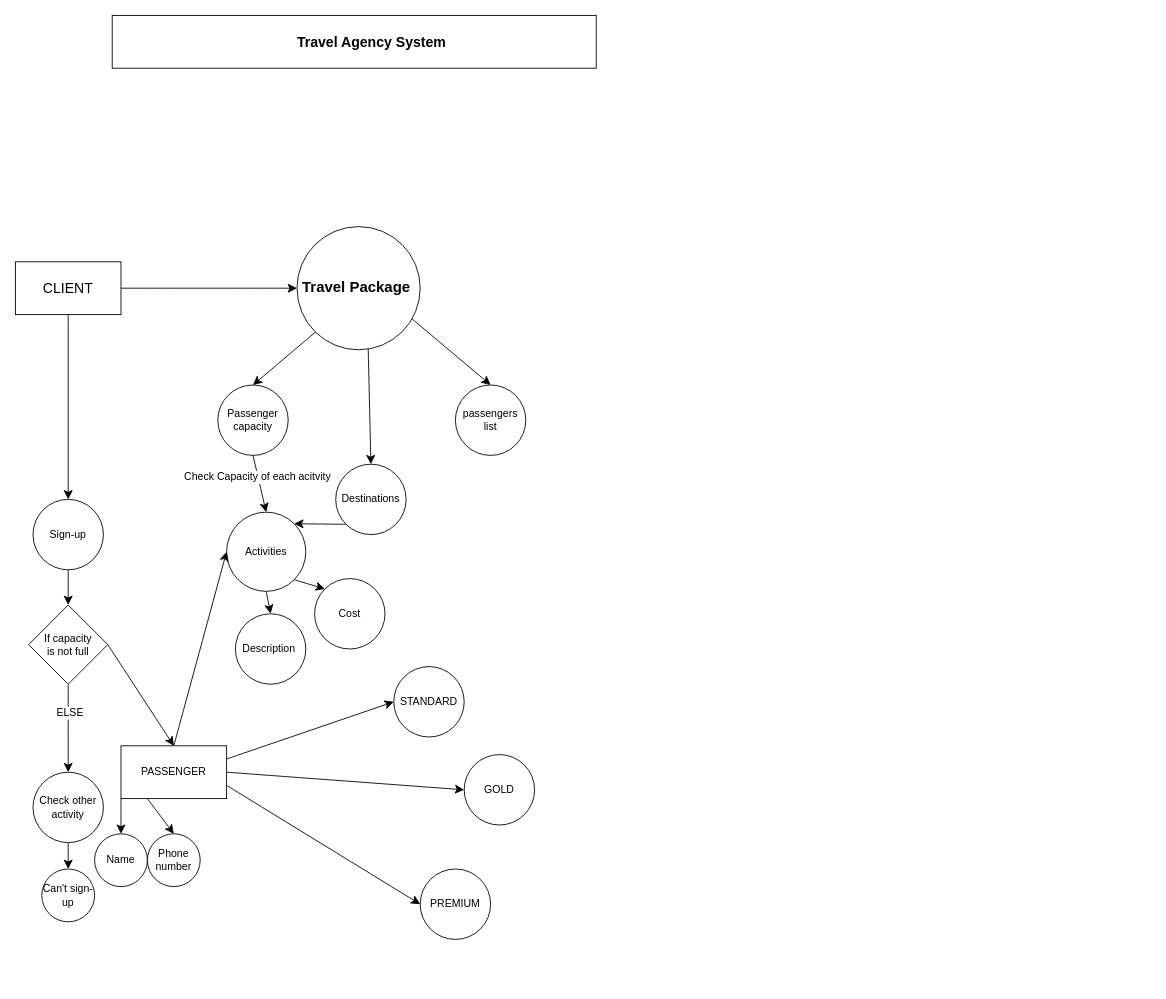
Above: Untitled Diagram.drawio in Anukrati30/TravelTask (draw.io), before the change. Source tidied: cells renumbered, new cells numbered last; positions are measured from the earlier drawing's top-left corner, leaving out a move shared by most shapes. Both pictures are drawn from the tidied source at 88%, with x=0, y=0 at pixel (15, 15).
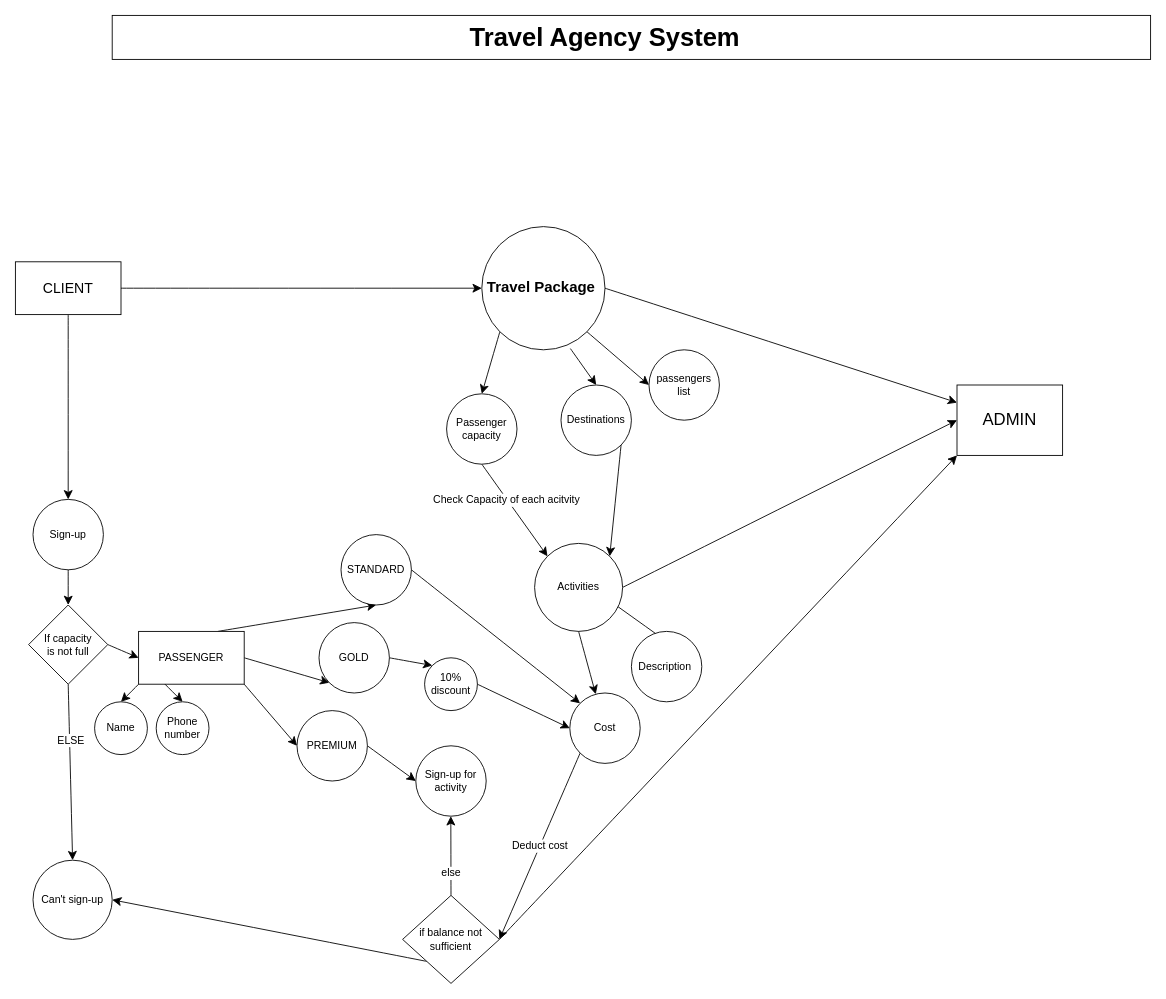
The same page after the edit.

The change refers to these unchanged cells:
```xml
<mxCell id="25" value="If capacity &lt;br&gt;is not full" style="rhombus;whiteSpace=wrap;html=1;" parent="1" vertex="1">
  <mxGeometry x="15" y="670" width="90" height="90" as="geometry" />
</mxCell>
```

What changed in the source:
```diff
@@
     <mxCell id="2" style="rounded=0;whiteSpace=wrap;html=1;" parent="1" vertex="1">
-      <mxGeometry x="110" width="550" height="60" as="geometry" />
+      <mxGeometry x="110" width="1180" height="50" as="geometry" />
     </mxCell>
-    <mxCell id="3" value="&lt;b&gt;Travel Agency System&lt;/b&gt;" style="text;html=1;align=center;verticalAlign=middle;whiteSpace=wrap;rounded=0;fontSize=16;" parent="1" vertex="1">
-      <mxGeometry x="250" y="10" width="310" height="40" as="geometry" />
+    <mxCell id="3" value="&lt;b&gt;&lt;font style=&quot;font-size: 29px;&quot;&gt;Travel Agency System&lt;/font&gt;&lt;/b&gt;" style="text;html=1;align=center;verticalAlign=middle;whiteSpace=wrap;rounded=0;fontSize=16;" parent="1" vertex="1">
+      <mxGeometry x="515" y="5" width="310" height="40" as="geometry" />
     </mxCell>
@@
-    <mxCell id="8" style="edgeStyle=none;curved=1;rounded=0;jettySize=auto;html=1;entryX=0.5;entryY=0;entryDx=0;entryDy=0;fontSize=12;startSize=8;endSize=8;" parent="1" edge="1" target="13">
-      <mxGeometry relative="1" as="geometry">
-        <mxPoint x="364.5" y="340" as="sourcePoint" />
-      </mxGeometry>
+    <mxCell id="8" style="edgeStyle=none;curved=1;rounded=0;jettySize=auto;html=1;entryX=0.5;entryY=0;entryDx=0;entryDy=0;fontSize=12;startSize=8;endSize=8;exitX=0;exitY=1;exitDx=0;exitDy=0;" parent="1" edge="1" source="17" target="13">
+      <mxGeometry relative="1" as="geometry" />
     </mxCell>
-    <mxCell id="9" style="edgeStyle=none;curved=1;rounded=0;jettySize=auto;html=1;exitX=0.5;exitY=1;exitDx=0;exitDy=0;entryX=0.5;entryY=0;entryDx=0;entryDy=0;fontSize=12;startSize=8;endSize=8;" parent="1" edge="1" target="16">
-      <mxGeometry relative="1" as="geometry">
-        <mxPoint x="400" y="340" as="sourcePoint" />
-      </mxGeometry>
+    <mxCell id="9" style="edgeStyle=none;curved=1;rounded=0;jettySize=auto;html=1;entryX=0.5;entryY=0;entryDx=0;entryDy=0;fontSize=12;startSize=8;endSize=8;exitX=0.719;exitY=0.99;exitDx=0;exitDy=0;exitPerimeter=0;" parent="1" edge="1" source="17" target="16">
+      <mxGeometry relative="1" as="geometry" />
     </mxCell>
-    <mxCell id="10" style="edgeStyle=none;curved=1;rounded=0;jettySize=auto;html=1;exitX=0.75;exitY=1;exitDx=0;exitDy=0;entryX=0.5;entryY=0;entryDx=0;entryDy=0;fontSize=12;startSize=8;endSize=8;" parent="1" edge="1" target="14">
-      <mxGeometry relative="1" as="geometry">
-        <mxPoint x="445" y="340" as="sourcePoint" />
-      </mxGeometry>
+    <mxCell id="10" style="edgeStyle=none;curved=1;rounded=0;jettySize=auto;html=1;exitX=1;exitY=1;exitDx=0;exitDy=0;entryX=0;entryY=0.5;entryDx=0;entryDy=0;fontSize=12;startSize=8;endSize=8;" parent="1" edge="1" source="17" target="14">
+      <mxGeometry relative="1" as="geometry" />
     </mxCell>
-    <mxCell id="11" style="edgeStyle=none;curved=1;rounded=0;jettySize=auto;html=1;exitX=0.5;exitY=1;exitDx=0;exitDy=0;entryX=0.5;entryY=0;entryDx=0;entryDy=0;fontSize=12;startSize=8;endSize=8;" parent="1" edge="1" source="13" target="19">
+    <mxCell id="11" style="edgeStyle=none;curved=1;rounded=0;jettySize=auto;html=1;exitX=0.5;exitY=1;exitDx=0;exitDy=0;entryX=0;entryY=0;entryDx=0;entryDy=0;fontSize=12;startSize=8;endSize=8;" parent="1" edge="1" source="13" target="19">
       <mxGeometry relative="1" as="geometry" />
     </mxCell>
@@
     <mxCell id="13" value="Passenger capacity" style="ellipse;whiteSpace=wrap;html=1;" parent="1" vertex="1">
-      <mxGeometry x="230" y="420" width="80" height="80" as="geometry" />
+      <mxGeometry x="490" y="430" width="80" height="80" as="geometry" />
     </mxCell>
     <mxCell id="14" value="passengers list" style="ellipse;whiteSpace=wrap;html=1;" parent="1" vertex="1">
-      <mxGeometry x="500" y="420" width="80" height="80" as="geometry" />
+      <mxGeometry x="720" y="380" width="80" height="80" as="geometry" />
     </mxCell>
-    <mxCell id="15" style="edgeStyle=none;curved=1;rounded=0;jettySize=auto;html=1;exitX=0;exitY=1;exitDx=0;exitDy=0;entryX=1;entryY=0;entryDx=0;entryDy=0;fontSize=12;startSize=8;endSize=8;" parent="1" edge="1" source="16" target="19">
+    <mxCell id="15" style="edgeStyle=none;curved=1;rounded=0;jettySize=auto;html=1;exitX=1;exitY=1;exitDx=0;exitDy=0;entryX=1;entryY=0;entryDx=0;entryDy=0;fontSize=12;startSize=8;endSize=8;" parent="1" edge="1" source="16" target="19">
       <mxGeometry relative="1" as="geometry" />
     </mxCell>
     <mxCell id="16" value="Destinations" style="ellipse;whiteSpace=wrap;html=1;" parent="1" vertex="1">
-      <mxGeometry x="364" y="510" width="80" height="80" as="geometry" />
+      <mxGeometry x="620" y="420" width="80" height="80" as="geometry" />
     </mxCell>
+    <mxCell id="44" style="edgeStyle=none;curved=1;rounded=0;jettySize=auto;html=1;exitX=1;exitY=0.5;exitDx=0;exitDy=0;entryX=0;entryY=0.25;entryDx=0;entryDy=0;fontSize=12;startSize=8;endSize=8;" parent="1" edge="1" source="17" target="58">
+      <mxGeometry relative="1" as="geometry" />
+    </mxCell>
     <mxCell id="17" value="&lt;b&gt;&lt;font style=&quot;font-size: 17px;&quot;&gt;Travel Package&amp;nbsp;&lt;/font&gt;&lt;/b&gt;" style="ellipse;whiteSpace=wrap;html=1;" parent="1" vertex="1">
-      <mxGeometry x="320" y="240" width="140" height="140" as="geometry" />
+      <mxGeometry x="530" y="240" width="140" height="140" as="geometry" />
     </mxCell>
-    <mxCell id="18" style="edgeStyle=none;curved=1;rounded=0;jettySize=auto;html=1;exitX=0.5;exitY=1;exitDx=0;exitDy=0;entryX=0.5;entryY=0;entryDx=0;entryDy=0;fontSize=12;startSize=8;endSize=8;" parent="1" edge="1" source="19" target="28">
+    <mxCell id="18" style="edgeStyle=none;curved=1;rounded=0;jettySize=auto;html=1;exitX=0;exitY=0;exitDx=0;exitDy=0;entryX=1;entryY=0.5;entryDx=0;entryDy=0;fontSize=12;startSize=8;endSize=8;" parent="1" edge="1" source="19" target="28">
       <mxGeometry relative="1" as="geometry" />
     </mxCell>
+    <mxCell id="45" style="edgeStyle=none;curved=1;rounded=0;jettySize=auto;html=1;exitX=1;exitY=0.5;exitDx=0;exitDy=0;entryX=0;entryY=0.5;entryDx=0;entryDy=0;fontSize=12;startSize=8;endSize=8;" parent="1" edge="1" source="19" target="58">
+      <mxGeometry relative="1" as="geometry" />
+    </mxCell>
     <mxCell id="19" value="Activities" style="ellipse;whiteSpace=wrap;html=1;" parent="1" vertex="1">
-      <mxGeometry x="240" y="564.5" width="90" height="90" as="geometry" />
+      <mxGeometry x="590" y="600" width="100" height="100" as="geometry" />
     </mxCell>
@@
-    <mxCell id="22" style="edgeStyle=none;curved=1;rounded=0;jettySize=auto;html=1;exitX=0.5;exitY=1;exitDx=0;exitDy=0;fontSize=12;startSize=8;endSize=8;" parent="1" edge="1" source="25">
-      <mxGeometry relative="1" as="geometry">
-        <mxPoint x="60" y="860" as="targetPoint" />
-      </mxGeometry>
+    <mxCell id="22" style="edgeStyle=none;curved=1;rounded=0;jettySize=auto;html=1;exitX=0.5;exitY=1;exitDx=0;exitDy=0;fontSize=12;startSize=8;endSize=8;entryX=0.5;entryY=0;entryDx=0;entryDy=0;" parent="1" edge="1" source="25" target="31">
+      <mxGeometry relative="1" as="geometry" />
     </mxCell>
@@
-    <mxCell id="24" style="edgeStyle=none;curved=1;rounded=0;jettySize=auto;html=1;exitX=1;exitY=0.5;exitDx=0;exitDy=0;entryX=0.5;entryY=0;entryDx=0;entryDy=0;fontSize=12;startSize=8;endSize=8;" parent="1" edge="1" source="25" target="37">
+    <mxCell id="24" style="edgeStyle=none;curved=1;rounded=0;jettySize=auto;html=1;exitX=1;exitY=0.5;exitDx=0;exitDy=0;entryX=0;entryY=0.5;entryDx=0;entryDy=0;fontSize=12;startSize=8;endSize=8;" parent="1" edge="1" source="25" target="37">
       <mxGeometry relative="1" as="geometry" />
     </mxCell>
@@
-    <mxCell id="26" style="edgeStyle=none;curved=1;rounded=0;jettySize=auto;html=1;exitX=0.5;exitY=1;exitDx=0;exitDy=0;entryX=0.5;entryY=0;entryDx=0;entryDy=0;fontSize=12;startSize=8;endSize=8;" parent="1" edge="1" source="27" target="31">
-      <mxGeometry relative="1" as="geometry" />
-    </mxCell>
-    <mxCell id="27" value="Check other activity" style="ellipse;whiteSpace=wrap;html=1;" parent="1" vertex="1">
-      <mxGeometry x="20" y="860" width="80" height="80" as="geometry" />
-    </mxCell>
     <mxCell id="28" value="Description&amp;nbsp;" style="ellipse;whiteSpace=wrap;html=1;" parent="1" vertex="1">
-      <mxGeometry x="250" y="680" width="80" height="80" as="geometry" />
+      <mxGeometry x="700" y="700" width="80" height="80" as="geometry" />
     </mxCell>
+    <mxCell id="46" value="Deduct cost" style="edgeStyle=none;curved=1;rounded=0;jettySize=auto;html=1;exitX=0;exitY=1;exitDx=0;exitDy=0;entryX=1;entryY=0.5;entryDx=0;entryDy=0;fontSize=12;startSize=8;endSize=8;" parent="1" edge="1" source="29" target="54">
+      <mxGeometry relative="1" as="geometry" />
+    </mxCell>
     <mxCell id="29" value="Cost" style="ellipse;whiteSpace=wrap;html=1;" parent="1" vertex="1">
-      <mxGeometry x="340" y="640" width="80" height="80" as="geometry" />
+      <mxGeometry x="630" y="770" width="80" height="80" as="geometry" />
     </mxCell>
-    <mxCell id="30" style="edgeStyle=none;curved=1;rounded=0;jettySize=auto;html=1;exitX=1;exitY=1;exitDx=0;exitDy=0;entryX=0;entryY=0;entryDx=0;entryDy=0;fontSize=12;startSize=8;endSize=8;" parent="1" edge="1" source="19" target="29">
+    <mxCell id="30" style="edgeStyle=none;curved=1;rounded=0;jettySize=auto;html=1;fontSize=12;startSize=8;endSize=8;exitX=0.5;exitY=1;exitDx=0;exitDy=0;" parent="1" edge="1" source="19" target="29">
       <mxGeometry relative="1" as="geometry" />
     </mxCell>
     <mxCell id="31" value="Can't sign-up" style="ellipse;whiteSpace=wrap;html=1;" parent="1" vertex="1">
-      <mxGeometry x="30" y="970" width="60" height="60" as="geometry" />
+      <mxGeometry x="20" y="960" width="90" height="90" as="geometry" />
     </mxCell>
@@
-    <mxCell id="33" style="edgeStyle=none;curved=1;rounded=0;jettySize=auto;html=1;exitX=0.5;exitY=0;exitDx=0;exitDy=0;entryX=0;entryY=0.5;entryDx=0;entryDy=0;fontSize=12;startSize=8;endSize=8;" parent="1" edge="1" source="37" target="19">
-      <mxGeometry relative="1" as="geometry" />
-    </mxCell>
-    <mxCell id="34" style="edgeStyle=none;curved=1;rounded=0;jettySize=auto;html=1;exitX=1;exitY=0.25;exitDx=0;exitDy=0;entryX=0;entryY=0.5;entryDx=0;entryDy=0;fontSize=12;startSize=8;endSize=8;" parent="1" edge="1" source="37" target="42">
+    <mxCell id="34" style="edgeStyle=none;curved=1;rounded=0;jettySize=auto;html=1;exitX=0.75;exitY=0;exitDx=0;exitDy=0;entryX=0.5;entryY=1;entryDx=0;entryDy=0;fontSize=12;startSize=8;endSize=8;" parent="1" edge="1" source="37" target="42">
       <mxGeometry relative="1" as="geometry" />
     </mxCell>
-    <mxCell id="35" style="edgeStyle=none;curved=1;rounded=0;jettySize=auto;html=1;exitX=1;exitY=0.5;exitDx=0;exitDy=0;entryX=0;entryY=0.5;entryDx=0;entryDy=0;fontSize=12;startSize=8;endSize=8;" parent="1" edge="1" source="37" target="38">
+    <mxCell id="35" style="edgeStyle=none;curved=1;rounded=0;jettySize=auto;html=1;exitX=1;exitY=0.5;exitDx=0;exitDy=0;entryX=0;entryY=1;entryDx=0;entryDy=0;fontSize=12;startSize=8;endSize=8;" parent="1" edge="1" source="37" target="38">
       <mxGeometry relative="1" as="geometry" />
     </mxCell>
-    <mxCell id="36" style="edgeStyle=none;curved=1;rounded=0;jettySize=auto;html=1;exitX=1;exitY=0.75;exitDx=0;exitDy=0;entryX=0;entryY=0.5;entryDx=0;entryDy=0;fontSize=12;startSize=8;endSize=8;" parent="1" edge="1" source="37" target="43">
+    <mxCell id="36" style="edgeStyle=none;curved=1;rounded=0;jettySize=auto;html=1;exitX=1;exitY=1;exitDx=0;exitDy=0;entryX=0;entryY=0.5;entryDx=0;entryDy=0;fontSize=12;startSize=8;endSize=8;" parent="1" edge="1" source="37" target="43">
       <mxGeometry relative="1" as="geometry" />
     </mxCell>
     <mxCell id="37" value="PASSENGER" style="rounded=0;whiteSpace=wrap;html=1;" parent="1" vertex="1">
-      <mxGeometry x="120" y="830" width="120" height="60" as="geometry" />
+      <mxGeometry x="140" y="700" width="120" height="60" as="geometry" />
     </mxCell>
+    <mxCell id="47" style="edgeStyle=none;curved=1;rounded=0;jettySize=auto;html=1;exitX=1;exitY=0.5;exitDx=0;exitDy=0;entryX=0;entryY=0;entryDx=0;entryDy=0;fontSize=12;startSize=8;endSize=8;" parent="1" edge="1" source="38" target="55">
+      <mxGeometry relative="1" as="geometry" />
+    </mxCell>
     <mxCell id="38" value="GOLD" style="ellipse;whiteSpace=wrap;html=1;" parent="1" vertex="1">
-      <mxGeometry x="510" y="840" width="80" height="80" as="geometry" />
+      <mxGeometry x="345" y="690" width="80" height="80" as="geometry" />
     </mxCell>
     <mxCell id="39" value="Name" style="ellipse;whiteSpace=wrap;html=1;" parent="1" vertex="1">
-      <mxGeometry x="90" y="930" width="60" height="60" as="geometry" />
+      <mxGeometry x="90" y="780" width="60" height="60" as="geometry" />
     </mxCell>
     <mxCell id="40" value="Phone number" style="ellipse;whiteSpace=wrap;html=1;" parent="1" vertex="1">
-      <mxGeometry x="150" y="930" width="60" height="60" as="geometry" />
+      <mxGeometry x="160" y="780" width="60" height="60" as="geometry" />
     </mxCell>
@@
+    <mxCell id="48" style="edgeStyle=none;curved=1;rounded=0;jettySize=auto;html=1;exitX=1;exitY=0.5;exitDx=0;exitDy=0;entryX=0;entryY=0;entryDx=0;entryDy=0;fontSize=12;startSize=8;endSize=8;" parent="1" edge="1" source="42" target="29">
+      <mxGeometry relative="1" as="geometry" />
+    </mxCell>
     <mxCell id="42" value="STANDARD" style="ellipse;whiteSpace=wrap;html=1;" parent="1" vertex="1">
-      <mxGeometry x="430" y="740" width="80" height="80" as="geometry" />
+      <mxGeometry x="370" y="590" width="80" height="80" as="geometry" />
     </mxCell>
+    <mxCell id="49" style="edgeStyle=none;curved=1;rounded=0;jettySize=auto;html=1;exitX=1;exitY=0.5;exitDx=0;exitDy=0;entryX=0;entryY=0.5;entryDx=0;entryDy=0;fontSize=12;startSize=8;endSize=8;" parent="1" edge="1" source="43" target="57">
+      <mxGeometry relative="1" as="geometry" />
+    </mxCell>
     <mxCell id="43" value="PREMIUM" style="ellipse;whiteSpace=wrap;html=1;" parent="1" vertex="1">
-      <mxGeometry x="460" y="970" width="80" height="80" as="geometry" />
+      <mxGeometry x="320" y="790" width="80" height="80" as="geometry" />
     </mxCell>
+    <mxCell id="50" style="edgeStyle=none;curved=1;rounded=0;jettySize=auto;html=1;exitX=0;exitY=1;exitDx=0;exitDy=0;entryX=1;entryY=0.5;entryDx=0;entryDy=0;fontSize=12;startSize=8;endSize=8;" parent="1" edge="1" source="54" target="31">
+      <mxGeometry relative="1" as="geometry" />
+    </mxCell>
+    <mxCell id="51" style="edgeStyle=none;curved=1;rounded=0;jettySize=auto;html=1;exitX=0.5;exitY=0;exitDx=0;exitDy=0;fontSize=12;startSize=8;endSize=8;" parent="1" edge="1" source="54">
+      <mxGeometry relative="1" as="geometry">
+        <mxPoint x="494.8" y="910" as="targetPoint" />
+      </mxGeometry>
+    </mxCell>
+    <mxCell id="52" value="else" style="edgeLabel;html=1;align=center;verticalAlign=middle;fontSize=12;" parent="51" vertex="1">
+      <mxGeometry x="-0.42" relative="1" as="geometry" />
+    </mxCell>
+    <mxCell id="53" style="edgeStyle=none;curved=1;rounded=0;jettySize=auto;html=1;exitX=1;exitY=0.5;exitDx=0;exitDy=0;entryX=0;entryY=1;entryDx=0;entryDy=0;fontSize=12;startSize=8;endSize=8;" parent="1" edge="1" source="54" target="58">
+      <mxGeometry relative="1" as="geometry" />
+    </mxCell>
+    <mxCell id="54" value="if balance not&lt;br&gt;sufficient" style="rhombus;whiteSpace=wrap;html=1;" parent="1" vertex="1">
+      <mxGeometry x="440" y="1000" width="110" height="100" as="geometry" />
+    </mxCell>
+    <mxCell id="55" value="10% discount" style="ellipse;whiteSpace=wrap;html=1;" parent="1" vertex="1">
+      <mxGeometry x="465" y="730" width="60" height="60" as="geometry" />
+    </mxCell>
+    <mxCell id="56" style="edgeStyle=none;curved=1;rounded=0;jettySize=auto;html=1;exitX=1;exitY=0.5;exitDx=0;exitDy=0;fontSize=12;startSize=8;endSize=8;entryX=0;entryY=0.5;entryDx=0;entryDy=0;" parent="1" edge="1" source="55" target="29">
+      <mxGeometry relative="1" as="geometry" />
+    </mxCell>
+    <mxCell id="57" value="Sign-up for activity" style="ellipse;whiteSpace=wrap;html=1;" parent="1" vertex="1">
+      <mxGeometry x="455" y="830" width="80" height="80" as="geometry" />
+    </mxCell>
+    <mxCell id="58" value="&lt;font style=&quot;font-size: 19px;&quot;&gt;ADMIN&lt;/font&gt;" style="rounded=0;whiteSpace=wrap;html=1;" parent="1" vertex="1">
+      <mxGeometry x="1070" y="420" width="120" height="80" as="geometry" />
+    </mxCell>
```
